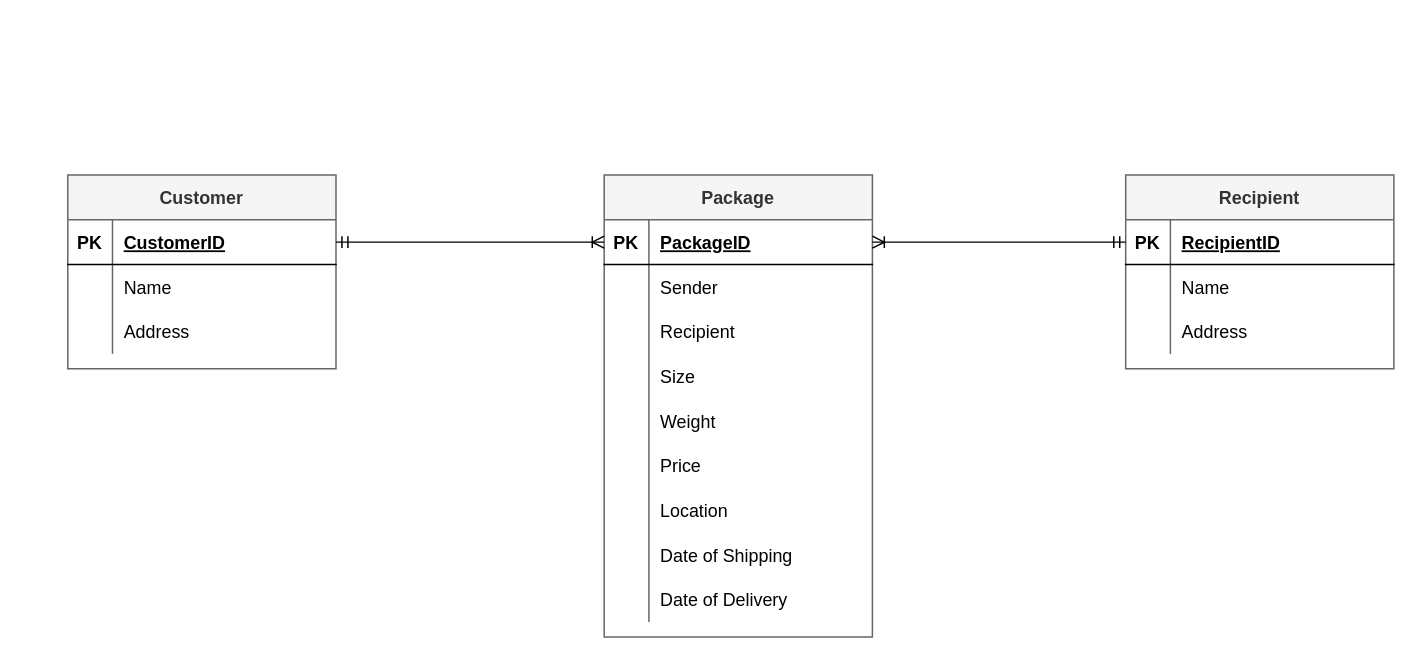
Earlier version of the draw.io diagram page "Step-3" (3 of 5) of MailDeliveryServices.drawio (20180912/CFLMS-Mark-CodeReview-09). Source tidied: cells renumbered, new cells numbered last; positions are measured from the earlier drawing's top-left corner, leaving out a move shared by most shapes. Both pictures are drawn from the tidied source at 149%, with x=0, y=0 at pixel (67, 174).
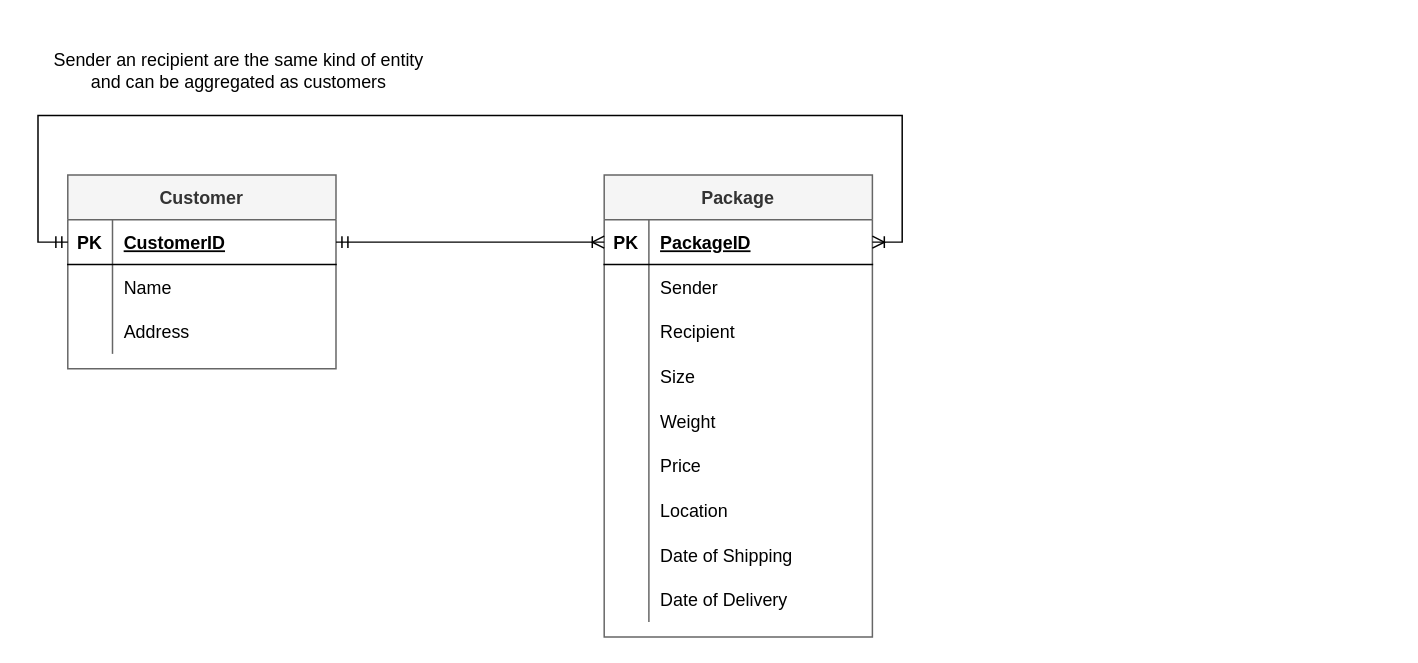
After the change.

Commit message (it also covers changes not shown here):
Joined Sender and Recipient

The change refers to these unchanged cells:
```xml
<mxCell id="3" style="shape=partialRectangle;fillColor=none;top=0;left=0;bottom=1;right=0;points=[[0,0.5],[1,0.5]];portConstraint=eastwest;" parent="2" vertex="1">
  <mxGeometry y="30" width="180" height="30" as="geometry" />
</mxCell>
<mxCell id="31" style="shape=partialRectangle;fillColor=none;top=0;left=0;bottom=1;right=0;points=[[0,0.5],[1,0.5]];portConstraint=eastwest;" parent="30" vertex="1">
  <mxGeometry y="30" width="180" height="30" as="geometry" />
</mxCell>
```

What changed in the source:
```diff
@@
-    <mxCell id="40" value="Recipient" style="shape=table;startSize=30;childLayout=tableLayout;rowLines=0;fontStyle=1;align=center;fillColor=#f5f5f5;strokeColor=#666666;fontColor=#333333;" parent="1" vertex="1">
-      <mxGeometry x="710" width="180" height="130" as="geometry" />
-    </mxCell>
-    <mxCell id="41" style="shape=partialRectangle;fillColor=none;top=0;left=0;bottom=1;right=0;points=[[0,0.5],[1,0.5]];portConstraint=eastwest;" parent="40" vertex="1">
-      <mxGeometry y="30" width="180" height="30" as="geometry" />
-    </mxCell>
-    <mxCell id="42" value="PK" style="shape=partialRectangle;fillColor=none;top=0;left=0;bottom=0;right=0;fontStyle=1;overflow=hidden;" parent="41" vertex="1">
-      <mxGeometry width="30" height="30" as="geometry" />
-    </mxCell>
-    <mxCell id="43" value="RecipientID" style="shape=partialRectangle;fillColor=none;top=0;left=0;bottom=0;right=0;align=left;spacingLeft=6;fontStyle=5;overflow=hidden;" parent="41" vertex="1">
-      <mxGeometry x="30" width="150" height="30" as="geometry" />
-    </mxCell>
-    <mxCell id="44" style="shape=partialRectangle;fillColor=none;top=0;left=0;bottom=0;right=0;" parent="40" vertex="1">
-      <mxGeometry y="60" width="180" height="30" as="geometry" />
-    </mxCell>
-    <mxCell id="45" style="shape=partialRectangle;fillColor=none;top=0;left=0;bottom=0;right=0;overflow=hidden;" parent="44" vertex="1">
-      <mxGeometry width="30" height="30" as="geometry" />
-    </mxCell>
-    <mxCell id="46" value="Name" style="shape=partialRectangle;fillColor=none;top=0;left=0;bottom=0;right=0;align=left;spacingLeft=6;overflow=hidden;" parent="44" vertex="1">
-      <mxGeometry x="30" width="150" height="30" as="geometry" />
-    </mxCell>
-    <mxCell id="47" style="shape=partialRectangle;fillColor=none;top=0;left=0;bottom=0;right=0;" parent="40" vertex="1">
-      <mxGeometry y="90" width="180" height="30" as="geometry" />
-    </mxCell>
-    <mxCell id="48" style="shape=partialRectangle;fillColor=none;top=0;left=0;bottom=0;right=0;overflow=hidden;" parent="47" vertex="1">
-      <mxGeometry width="30" height="30" as="geometry" />
-    </mxCell>
-    <mxCell id="49" value="Address" style="shape=partialRectangle;fillColor=none;top=0;left=0;bottom=0;right=0;align=left;spacingLeft=6;overflow=hidden;" parent="47" vertex="1">
-      <mxGeometry x="30" width="150" height="30" as="geometry" />
-    </mxCell>
@@
-    <mxCell id="51" style="edgeStyle=none;rounded=0;jettySize=auto;html=1;exitX=1;exitY=0.5;exitDx=0;exitDy=0;entryX=0;entryY=0.5;entryDx=0;entryDy=0;startArrow=ERoneToMany;startFill=0;endArrow=ERmandOne;endFill=0;" parent="1" edge="1" source="3" target="41">
-      <mxGeometry relative="1" as="geometry" />
+    <mxCell id="51" style="edgeStyle=orthogonalEdgeStyle;rounded=0;jettySize=auto;html=1;exitX=1;exitY=0.5;exitDx=0;exitDy=0;entryX=0;entryY=0.5;entryDx=0;entryDy=0;startArrow=ERoneToMany;startFill=0;endArrow=ERmandOne;endFill=0;" parent="1" edge="1" source="3" target="31">
+      <mxGeometry relative="1" as="geometry">
+        <Array as="points">
+          <mxPoint x="560" y="45" />
+          <mxPoint x="560" y="-40" />
+          <mxPoint x="-20" y="-40" />
+          <mxPoint x="-20" y="45" />
+        </Array>
+      </mxGeometry>
     </mxCell>
+    <mxCell id="52" value="Sender an recipient are the same kind of entity and can be aggregated as customers" style="text;html=1;strokeColor=none;fillColor=none;align=center;verticalAlign=middle;whiteSpace=wrap;rounded=0;" parent="1" vertex="1">
+      <mxGeometry x="-20" y="-100" width="270" height="60" as="geometry" />
+    </mxCell>
```
